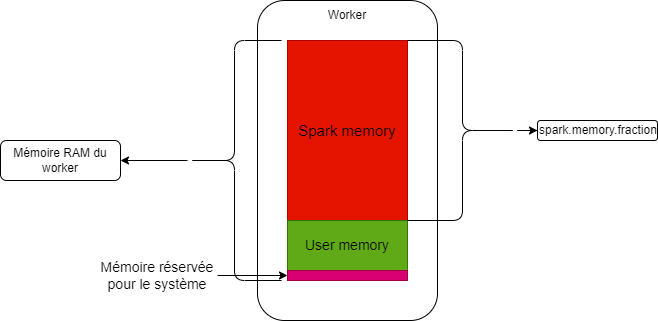
The draw.io diagram _site/memoire_worker_1.drawio.png in leoniefvr/Formation_spark, before a commit. Source tidied: cells renumbered, new cells last; positions are measured from the earlier drawing's top-left corner, leaving out a move shared by most shapes. The source it was exported from:
```xml
<mxGraphModel>
  <root>
    <mxCell id="0" />
    <mxCell id="1" parent="0" />
    <mxCell id="2" style="rounded=1;whiteSpace=wrap;html=1;" parent="1" vertex="1">
      <mxGeometry x="257" width="180" height="320" as="geometry" />
    </mxCell>
    <mxCell id="3" value="&lt;font style=&quot;font-size: 15px;&quot; color=&quot;#000000&quot;&gt;Spark memory&lt;/font&gt;" style="rounded=0;whiteSpace=wrap;html=1;fillColor=#e51400;fontColor=#ffffff;strokeColor=#B20000;" parent="1" vertex="1">
      <mxGeometry x="287" y="40" width="120" height="180" as="geometry" />
    </mxCell>
    <mxCell id="4" value="&lt;font style=&quot;font-size: 14px;&quot; color=&quot;#000000&quot;&gt;User memory&lt;/font&gt;" style="rounded=0;whiteSpace=wrap;html=1;fillColor=#60a917;fontColor=#ffffff;strokeColor=#2D7600;fontSize=14;" parent="1" vertex="1">
      <mxGeometry x="287" y="220" width="120" height="50" as="geometry" />
    </mxCell>
    <mxCell id="5" style="rounded=0;whiteSpace=wrap;html=1;fillColor=#d80073;fontColor=#ffffff;strokeColor=#A50040;fontSize=14;" parent="1" vertex="1">
      <mxGeometry x="287" y="270" width="120" height="10" as="geometry" />
    </mxCell>
    <mxCell id="6" style="edgeStyle=orthogonalEdgeStyle;rounded=0;jettySize=auto;html=1;fontSize=14;" parent="1" edge="1" source="7" target="5">
      <mxGeometry relative="1" as="geometry" />
    </mxCell>
    <mxCell id="7" value="Mémoire réservée pour le système" style="text;html=1;align=center;verticalAlign=middle;whiteSpace=wrap;rounded=0;fontSize=14;" parent="1" vertex="1">
      <mxGeometry x="97" y="260" width="120" height="30" as="geometry" />
    </mxCell>
    <mxCell id="8" style="edgeStyle=orthogonalEdgeStyle;rounded=0;jettySize=auto;html=1;" parent="1" edge="1" source="9" target="10">
      <mxGeometry relative="1" as="geometry" />
    </mxCell>
    <mxCell id="9" style="shape=curlyBracket;whiteSpace=wrap;html=1;rounded=1;flipH=1;labelPosition=right;verticalLabelPosition=middle;align=left;verticalAlign=middle;" parent="1" vertex="1">
      <mxGeometry x="407" y="40" width="110" height="180" as="geometry" />
    </mxCell>
    <mxCell id="10" value="spark.memory.fraction" style="whiteSpace=wrap;html=1;align=left;rounded=1;" parent="1" vertex="1">
      <mxGeometry x="537" y="120" width="120" height="20" as="geometry" />
    </mxCell>
    <mxCell id="11" value="Worker" style="text;html=1;align=center;verticalAlign=middle;whiteSpace=wrap;rounded=0;" parent="1" vertex="1">
      <mxGeometry x="317" width="60" height="30" as="geometry" />
    </mxCell>
    <mxCell id="12" style="edgeStyle=orthogonalEdgeStyle;rounded=0;jettySize=auto;html=1;" parent="1" edge="1" source="13" target="14">
      <mxGeometry relative="1" as="geometry" />
    </mxCell>
    <mxCell id="13" style="shape=curlyBracket;whiteSpace=wrap;html=1;rounded=1;labelPosition=left;verticalLabelPosition=middle;align=right;verticalAlign=middle;" parent="1" vertex="1">
      <mxGeometry x="187" y="40" width="94" height="240" as="geometry" />
    </mxCell>
    <mxCell id="14" value="Mémoire RAM du worker" style="whiteSpace=wrap;html=1;align=center;rounded=1;" parent="1" vertex="1">
      <mxGeometry y="140" width="120" height="40" as="geometry" />
    </mxCell>
  </root>
</mxGraphModel>
```
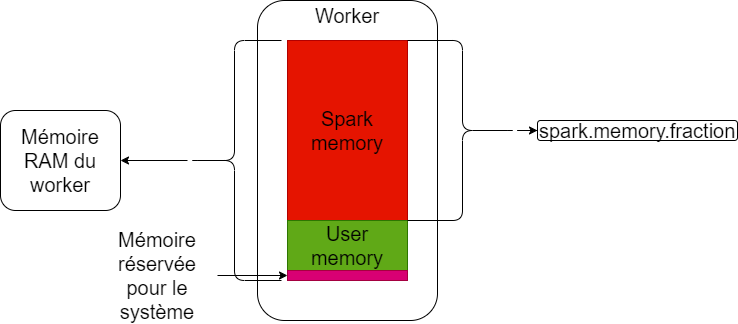
Above is the later version.

What changed in the source:
```diff
@@ -2,44 +2,44 @@
   <root>
     <mxCell id="0" />
     <mxCell id="1" parent="0" />
-    <mxCell id="2" style="rounded=1;whiteSpace=wrap;html=1;" parent="1" vertex="1">
+    <mxCell id="2" style="rounded=1;whiteSpace=wrap;html=1;fontSize=20;" parent="1" vertex="1">
       <mxGeometry x="257" width="180" height="320" as="geometry" />
     </mxCell>
-    <mxCell id="3" value="&lt;font style=&quot;font-size: 15px;&quot; color=&quot;#000000&quot;&gt;Spark memory&lt;/font&gt;" style="rounded=0;whiteSpace=wrap;html=1;fillColor=#e51400;fontColor=#ffffff;strokeColor=#B20000;" parent="1" vertex="1">
+    <mxCell id="3" value="&lt;font style=&quot;font-size: 20px;&quot; color=&quot;#000000&quot;&gt;Spark memory&lt;/font&gt;" style="rounded=0;whiteSpace=wrap;html=1;fillColor=#e51400;fontColor=#ffffff;strokeColor=#B20000;fontSize=20;" parent="1" vertex="1">
       <mxGeometry x="287" y="40" width="120" height="180" as="geometry" />
     </mxCell>
-    <mxCell id="4" value="&lt;font style=&quot;font-size: 14px;&quot; color=&quot;#000000&quot;&gt;User memory&lt;/font&gt;" style="rounded=0;whiteSpace=wrap;html=1;fillColor=#60a917;fontColor=#ffffff;strokeColor=#2D7600;fontSize=14;" parent="1" vertex="1">
+    <mxCell id="4" value="&lt;font style=&quot;font-size: 20px;&quot; color=&quot;#000000&quot;&gt;User memory&lt;/font&gt;" style="rounded=0;whiteSpace=wrap;html=1;fillColor=#60a917;fontColor=#ffffff;strokeColor=#2D7600;fontSize=20;" parent="1" vertex="1">
       <mxGeometry x="287" y="220" width="120" height="50" as="geometry" />
     </mxCell>
-    <mxCell id="5" style="rounded=0;whiteSpace=wrap;html=1;fillColor=#d80073;fontColor=#ffffff;strokeColor=#A50040;fontSize=14;" parent="1" vertex="1">
+    <mxCell id="5" style="rounded=0;whiteSpace=wrap;html=1;fillColor=#d80073;fontColor=#ffffff;strokeColor=#A50040;fontSize=20;" parent="1" vertex="1">
       <mxGeometry x="287" y="270" width="120" height="10" as="geometry" />
     </mxCell>
-    <mxCell id="6" style="edgeStyle=orthogonalEdgeStyle;rounded=0;jettySize=auto;html=1;fontSize=14;" parent="1" edge="1" source="7" target="5">
+    <mxCell id="6" style="edgeStyle=orthogonalEdgeStyle;rounded=0;jettySize=auto;html=1;fontSize=20;" parent="1" edge="1" source="7" target="5">
       <mxGeometry relative="1" as="geometry" />
     </mxCell>
-    <mxCell id="7" value="Mémoire réservée pour le système" style="text;html=1;align=center;verticalAlign=middle;whiteSpace=wrap;rounded=0;fontSize=14;" parent="1" vertex="1">
+    <mxCell id="7" value="Mémoire réservée pour le système" style="text;html=1;align=center;verticalAlign=middle;whiteSpace=wrap;rounded=0;fontSize=20;" parent="1" vertex="1">
       <mxGeometry x="97" y="260" width="120" height="30" as="geometry" />
     </mxCell>
-    <mxCell id="8" style="edgeStyle=orthogonalEdgeStyle;rounded=0;jettySize=auto;html=1;" parent="1" edge="1" source="9" target="10">
+    <mxCell id="8" style="edgeStyle=orthogonalEdgeStyle;rounded=0;jettySize=auto;html=1;fontSize=20;" parent="1" edge="1" source="9" target="10">
       <mxGeometry relative="1" as="geometry" />
     </mxCell>
-    <mxCell id="9" style="shape=curlyBracket;whiteSpace=wrap;html=1;rounded=1;flipH=1;labelPosition=right;verticalLabelPosition=middle;align=left;verticalAlign=middle;" parent="1" vertex="1">
+    <mxCell id="9" style="shape=curlyBracket;whiteSpace=wrap;html=1;rounded=1;flipH=1;labelPosition=right;verticalLabelPosition=middle;align=left;verticalAlign=middle;fontSize=20;" parent="1" vertex="1">
       <mxGeometry x="407" y="40" width="110" height="180" as="geometry" />
     </mxCell>
-    <mxCell id="10" value="spark.memory.fraction" style="whiteSpace=wrap;html=1;align=left;rounded=1;" parent="1" vertex="1">
-      <mxGeometry x="537" y="120" width="120" height="20" as="geometry" />
+    <mxCell id="10" value="spark.memory.fraction" style="whiteSpace=wrap;html=1;align=left;rounded=1;fontSize=20;" parent="1" vertex="1">
+      <mxGeometry x="537" y="120" width="200" height="20" as="geometry" />
     </mxCell>
-    <mxCell id="11" value="Worker" style="text;html=1;align=center;verticalAlign=middle;whiteSpace=wrap;rounded=0;" parent="1" vertex="1">
+    <mxCell id="11" value="Worker" style="text;html=1;align=center;verticalAlign=middle;whiteSpace=wrap;rounded=0;fontSize=20;" parent="1" vertex="1">
       <mxGeometry x="317" width="60" height="30" as="geometry" />
     </mxCell>
-    <mxCell id="12" style="edgeStyle=orthogonalEdgeStyle;rounded=0;jettySize=auto;html=1;" parent="1" edge="1" source="13" target="14">
+    <mxCell id="12" style="edgeStyle=orthogonalEdgeStyle;rounded=0;jettySize=auto;html=1;fontSize=20;" parent="1" edge="1" source="13" target="14">
       <mxGeometry relative="1" as="geometry" />
     </mxCell>
-    <mxCell id="13" style="shape=curlyBracket;whiteSpace=wrap;html=1;rounded=1;labelPosition=left;verticalLabelPosition=middle;align=right;verticalAlign=middle;" parent="1" vertex="1">
+    <mxCell id="13" style="shape=curlyBracket;whiteSpace=wrap;html=1;rounded=1;labelPosition=left;verticalLabelPosition=middle;align=right;verticalAlign=middle;fontSize=20;" parent="1" vertex="1">
       <mxGeometry x="187" y="40" width="94" height="240" as="geometry" />
     </mxCell>
-    <mxCell id="14" value="Mémoire RAM du worker" style="whiteSpace=wrap;html=1;align=center;rounded=1;" parent="1" vertex="1">
-      <mxGeometry y="140" width="120" height="40" as="geometry" />
+    <mxCell id="14" value="Mémoire RAM du worker" style="whiteSpace=wrap;html=1;align=center;rounded=1;fontSize=20;" parent="1" vertex="1">
+      <mxGeometry y="110" width="120" height="100" as="geometry" />
     </mxCell>
   </root>
 </mxGraphModel>
```
